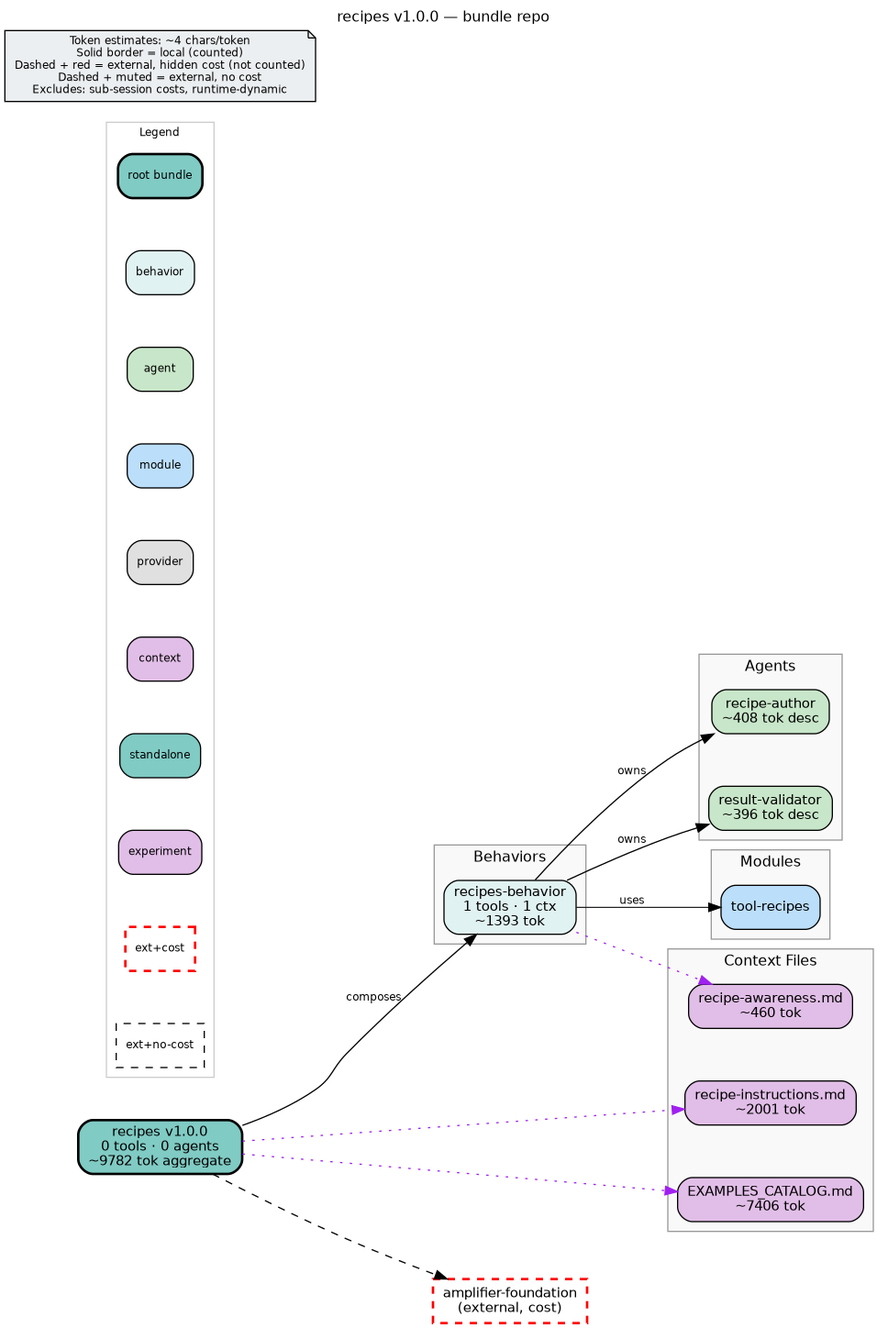
This is bundle.png from microsoft/amplifier-bundle-recipes, a Graphviz export, as it was before one commit. Its source is kept beside it as bundle.dot.
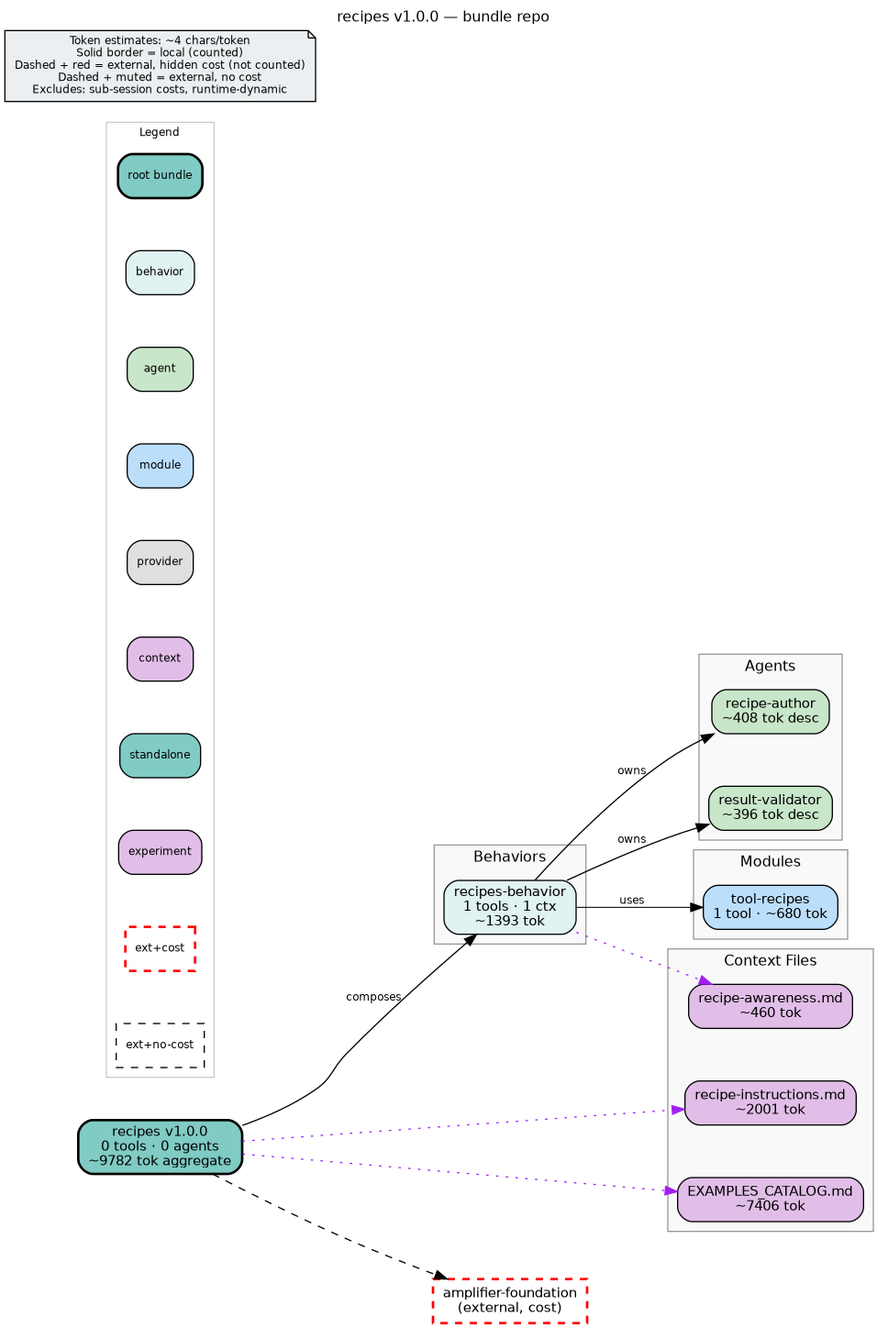
Above is the later version.

Commit message:
docs: regenerate bundle.dot with tool-recipes token cost

Now that tool_schema.py handles @property name definitions,
the tool-recipes module (which uses @property def name -> 'recipes')
is correctly recognized and its token cost is estimated.

bundle.dot now shows:
  tool-recipes | 1 tool · ~680 tok

Previously: tool-recipes appeared with no token cost (module was
silently skipped because name extraction returned None).

Regenerated with bundle_repo_dot() using amplifier-foundation
commit 5e3c4c0 (fix: handle @property name in tool_schema.py)

Change to the diagram source:
```diff
@@ -8,7 +8,7 @@
     nodesep=0.6
     ranksep=0.7
     bgcolor="white"
-    source_hash="57feba0c743a6c6867a29bdd3c69372e9d3e124912e34a203468d162c6314ae7"
+    source_hash="1001cef0b5e839fdcec3115977919c56c78e3d6772335caf78e4b9cd785ac1d9"
 
     node [fontname="Helvetica", fontsize=11, style="filled,rounded"]
     edge [fontname="Helvetica", fontsize=9]
@@ -40,7 +40,7 @@
         fillcolor="#f9f9f9"
         color="#999999"
 
-        mod_tool_recipes [label="tool-recipes", shape=box, fillcolor="#bbdefb", style="filled,rounded"]
+        mod_tool_recipes [label="tool-recipes\n1 tool · ~680 tok", shape=box, fillcolor="#bbdefb", style="filled,rounded"]
     }
 
     subgraph cluster_context {
```
